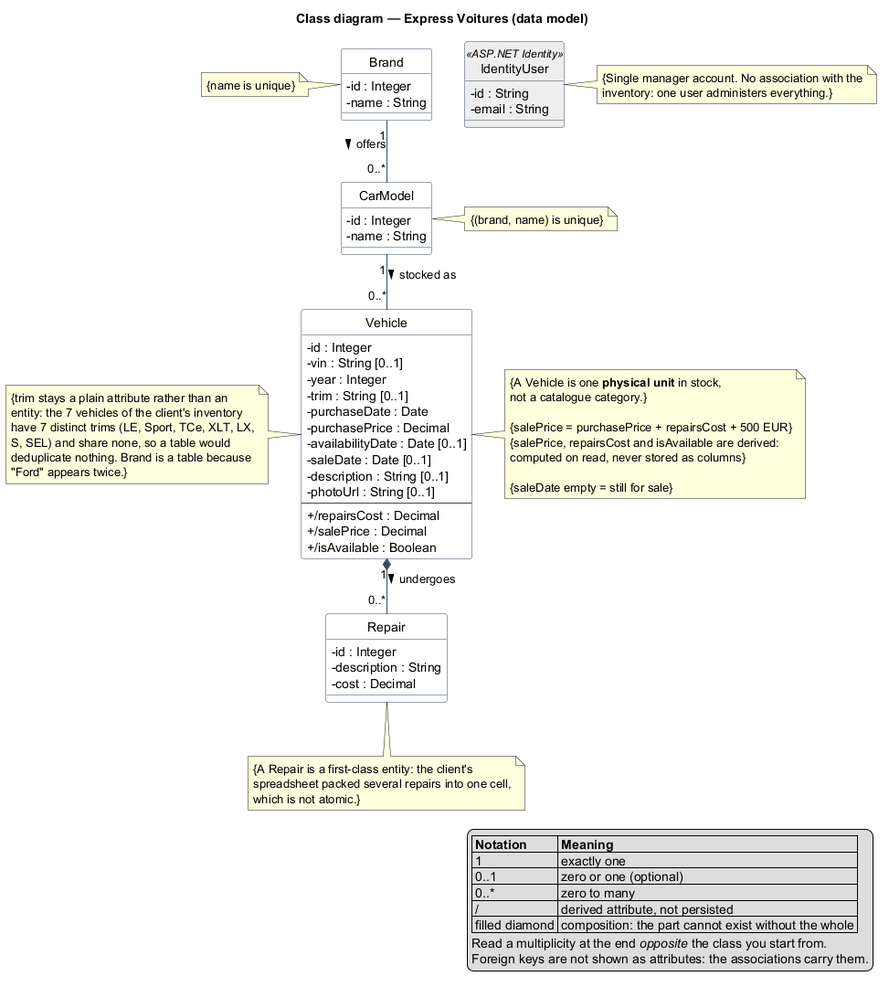
diasantoine/P5 keeps this PlantUML diagram as docs/uml/data-model.png. Above is the earlier version.
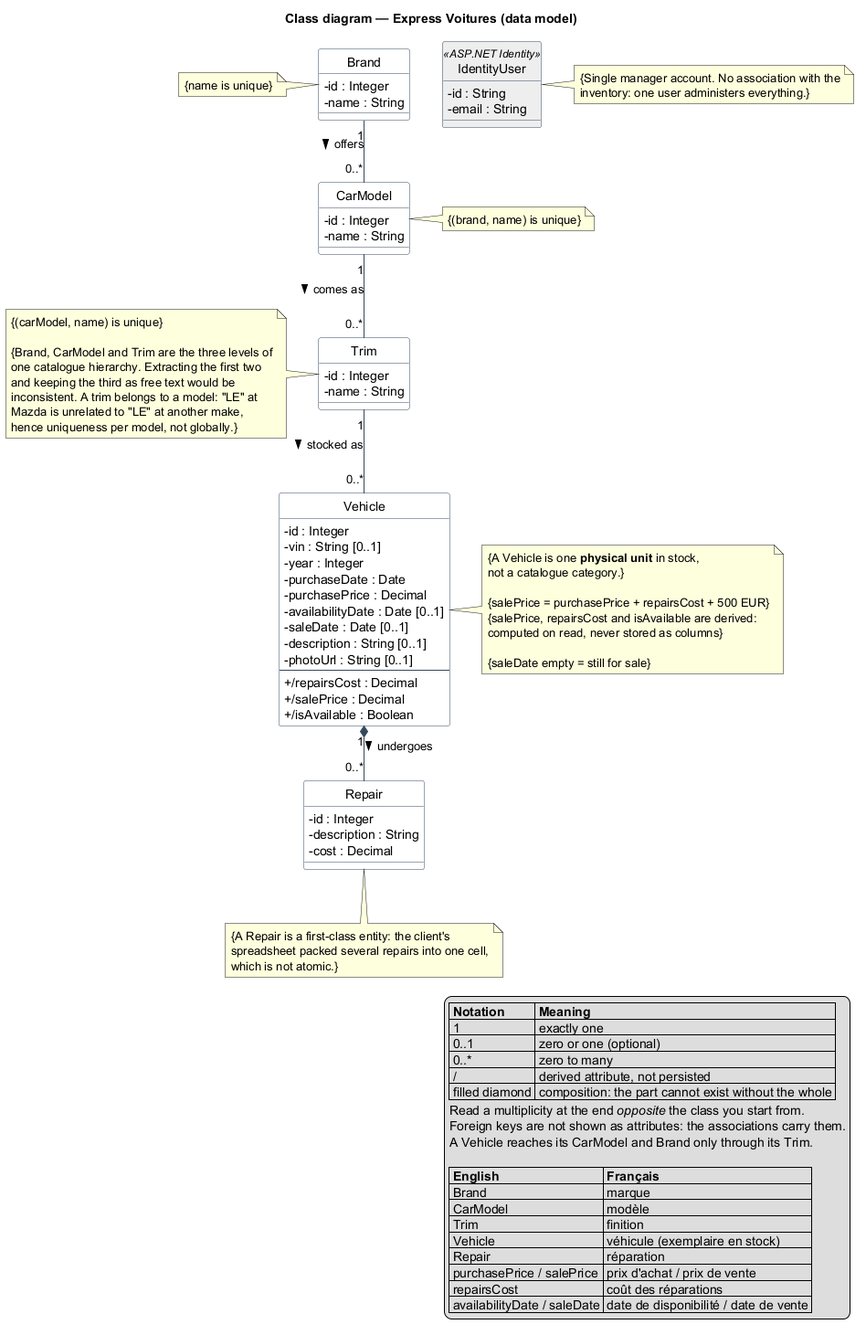
After the commit.

Commit message:
Met a jour les diagrammes UML : entite Trim, seed applicatif, lexique

What changed in the source:
```diff
@@ -21,11 +21,15 @@
   -name : String
 }
 
+class Trim {
+  -id : Integer
+  -name : String
+}
+
 class Vehicle {
   -id : Integer
   -vin : String [0..1]
   -year : Integer
-  -trim : String [0..1]
   -purchaseDate : Date
   -purchasePrice : Decimal
   -availabilityDate : Date [0..1]
@@ -71,13 +75,15 @@
   inventory: one user administers everything.}
 end note
 
-note left of Vehicle
-  {trim stays a plain attribute rather than an
-  entity: the 7 vehicles of the client's inventory
-  have 7 distinct trims (LE, Sport, TCe, XLT, LX,
-  S, SEL) and share none, so a table would
-  deduplicate nothing. Brand is a table because
-  "Ford" appears twice.}
+note left of Trim
+  {(carModel, name) is unique}
+
+  {Brand, CarModel and Trim are the three levels of
+  one catalogue hierarchy. Extracting the first two
+  and keeping the third as free text would be
+  inconsistent. A trim belongs to a model: "LE" at
+  Mazda is unrelated to "LE" at another make,
+  hence uniqueness per model, not globally.}
 end note
 
 note left of Brand
@@ -89,7 +95,8 @@
 end note
 
 Brand "1" -- "0..*" CarModel : offers >
-CarModel "1" -- "0..*" Vehicle : stocked as >
+CarModel "1" -- "0..*" Trim : comes as >
+Trim "1" -- "0..*" Vehicle : stocked as >
 Vehicle "1" *-- "0..*" Repair : undergoes >
 
 legend bottom right
@@ -101,6 +108,17 @@
   | filled diamond | composition: the part cannot exist without the whole |
   Read a multiplicity at the end //opposite// the class you start from.
   Foreign keys are not shown as attributes: the associations carry them.
+  A Vehicle reaches its CarModel and Brand only through its Trim.
+
+  |= English |= Français |
+  | Brand | marque |
+  | CarModel | modèle |
+  | Trim | finition |
+  | Vehicle | véhicule (exemplaire en stock) |
+  | Repair | réparation |
+  | purchasePrice / salePrice | prix d'achat / prix de vente |
+  | repairsCost | coût des réparations |
+  | availabilityDate / saleDate | date de disponibilité / date de vente |
 endlegend
 
 @enduml
```
